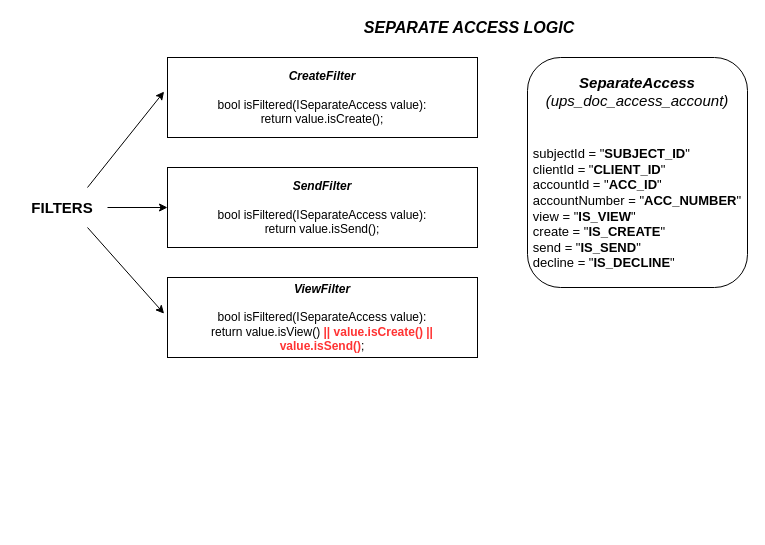
Above: Separate Access.drawio in coungard/diagram (draw.io), before the change. Source tidied: cells renumbered, new cells numbered last; positions are measured from the earlier drawing's top-left corner, leaving out a move shared by most shapes. Both pictures are drawn from the tidied source at 100%, with x=0, y=0 at pixel (17, 17).
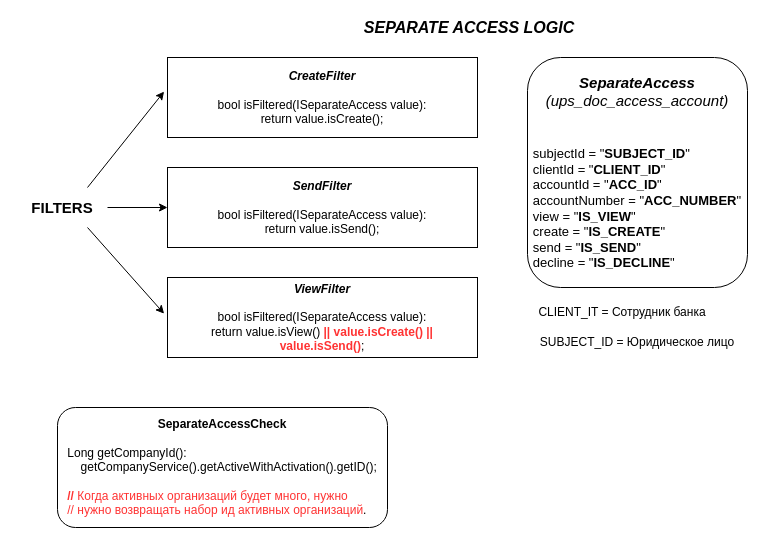
After the change.

The edit, as a diff of the source:
```diff
@@
 <mxGraphModel>
   <root>
     <mxCell id="0" />
     <mxCell id="1" parent="0" />
     <mxCell id="2" value="&lt;div&gt;&lt;i&gt;&lt;b&gt;CreateFilter&lt;/b&gt;&lt;/i&gt;&lt;/div&gt;&lt;div&gt;&lt;br&gt;&lt;/div&gt;&lt;div&gt;bool isFiltered(ISeparateAccess value): &lt;br&gt;&lt;/div&gt;&lt;div&gt;return value.isCreate();&lt;br&gt;&lt;/div&gt;" style="rounded=0;whiteSpace=wrap;html=1;" parent="1" vertex="1">
       <mxGeometry x="150" y="40" width="310" height="80" as="geometry" />
     </mxCell>
     <mxCell id="3" value="&lt;font style=&quot;font-size: 16px&quot;&gt;&lt;i&gt;&lt;b&gt;SEPARATE ACCESS LOGIC&lt;/b&gt;&lt;/i&gt;&lt;/font&gt; " style="text;html=1;strokeColor=none;fillColor=none;align=center;verticalAlign=middle;whiteSpace=wrap;rounded=0;" parent="1" vertex="1">
       <mxGeometry x="324" width="256" height="20" as="geometry" />
     </mxCell>
     <mxCell id="4" value="&lt;font style=&quot;font-size: 15px&quot;&gt;&lt;b&gt;FILTERS&lt;/b&gt;&lt;/font&gt;" style="text;html=1;strokeColor=none;fillColor=none;align=center;verticalAlign=middle;whiteSpace=wrap;rounded=0;" parent="1" vertex="1">
       <mxGeometry y="180" width="90" height="20" as="geometry" />
     </mxCell>
     <mxCell id="5" value="&lt;div&gt;&lt;i&gt;&lt;b&gt;SendFilter&lt;/b&gt;&lt;/i&gt;&lt;/div&gt;&lt;div&gt;&lt;br&gt;&lt;/div&gt;&lt;div&gt;bool isFiltered(ISeparateAccess value): &lt;br&gt;&lt;/div&gt;&lt;div&gt;return value.isSend();&lt;br&gt;&lt;/div&gt;" style="rounded=0;whiteSpace=wrap;html=1;" parent="1" vertex="1">
       <mxGeometry x="150" y="150" width="310" height="80" as="geometry" />
     </mxCell>
     <mxCell id="6" value="&lt;div&gt;&lt;b&gt;&lt;i&gt;ViewFilter&lt;/i&gt;&lt;/b&gt;&lt;/div&gt;&lt;div&gt;&lt;br&gt;&lt;/div&gt;&lt;div&gt;bool isFiltered(ISeparateAccess value): &lt;br&gt;&lt;/div&gt;&lt;div&gt;return value.isView() &lt;font color=&quot;#FF3333&quot;&gt;&lt;b&gt;|| value.isCreate() || value.isSend()&lt;/b&gt;&lt;/font&gt;;&lt;br&gt;&lt;/div&gt;" style="rounded=0;whiteSpace=wrap;html=1;" parent="1" vertex="1">
       <mxGeometry x="150" y="260" width="310" height="80" as="geometry" />
     </mxCell>
     <mxCell id="7" value="&lt;div&gt;&lt;font size=&quot;1&quot;&gt;&lt;i&gt;&lt;b style=&quot;font-size: 15px&quot;&gt;SeparateAccess&lt;/b&gt;&lt;/i&gt;&lt;/font&gt;&lt;/div&gt;&lt;div&gt;&lt;font size=&quot;1&quot;&gt;&lt;i&gt;&lt;span style=&quot;font-size: 15px&quot;&gt;(ups_doc_access_account)&lt;/span&gt;&lt;b style=&quot;font-size: 15px&quot;&gt;&lt;br&gt;&lt;/b&gt;&lt;/i&gt;&lt;/font&gt;&lt;/div&gt;&lt;div&gt;&lt;font size=&quot;1&quot;&gt;&lt;i&gt;&lt;b style=&quot;font-size: 15px&quot;&gt;&lt;br&gt;&lt;/b&gt;&lt;/i&gt;&lt;/font&gt;&lt;/div&gt;&lt;div&gt;&lt;font size=&quot;1&quot;&gt;&lt;i&gt;&lt;b style=&quot;font-size: 15px&quot;&gt;&lt;br&gt;&lt;/b&gt;&lt;/i&gt;&lt;/font&gt;&lt;/div&gt;&lt;div style=&quot;font-size: 13px&quot; align=&quot;left&quot;&gt;&lt;font style=&quot;font-size: 13px&quot;&gt;subjectId = &quot;&lt;b&gt;SUBJECT_ID&lt;/b&gt;&quot;&lt;/font&gt;&lt;/div&gt;&lt;div style=&quot;font-size: 13px&quot; align=&quot;left&quot;&gt;&lt;font style=&quot;font-size: 13px&quot;&gt;clientId = &quot;&lt;b&gt;CLIENT_ID&lt;/b&gt;&quot;&lt;/font&gt;&lt;/div&gt;&lt;div style=&quot;font-size: 13px&quot; align=&quot;left&quot;&gt;&lt;font style=&quot;font-size: 13px&quot;&gt;accountId = &quot;&lt;b&gt;ACC_ID&lt;/b&gt;&quot;&lt;/font&gt;&lt;/div&gt;&lt;div style=&quot;font-size: 13px&quot; align=&quot;left&quot;&gt;&lt;font style=&quot;font-size: 13px&quot;&gt;accountNumber = &quot;&lt;b&gt;ACC_NUMBER&lt;/b&gt;&quot;&lt;/font&gt;&lt;/div&gt;&lt;div style=&quot;font-size: 13px&quot; align=&quot;left&quot;&gt;&lt;font style=&quot;font-size: 13px&quot;&gt;view = &quot;&lt;b&gt;IS_VIEW&lt;/b&gt;&quot;&lt;/font&gt;&lt;/div&gt;&lt;div style=&quot;font-size: 13px&quot; align=&quot;left&quot;&gt;&lt;font style=&quot;font-size: 13px&quot;&gt;create = &quot;&lt;b&gt;IS_CREATE&lt;/b&gt;&quot;&lt;/font&gt;&lt;/div&gt;&lt;div style=&quot;font-size: 13px&quot; align=&quot;left&quot;&gt;&lt;font style=&quot;font-size: 13px&quot;&gt;send = &quot;&lt;b&gt;IS_SEND&lt;/b&gt;&quot;&lt;/font&gt;&lt;/div&gt;&lt;div style=&quot;font-size: 13px&quot; align=&quot;left&quot;&gt;&lt;font style=&quot;font-size: 13px&quot;&gt;decline = &quot;&lt;b&gt;IS_DECLINE&lt;/b&gt;&quot;&lt;/font&gt;&lt;br&gt;&lt;/div&gt;" style="rounded=1;whiteSpace=wrap;html=1;" parent="1" vertex="1">
       <mxGeometry x="510" y="40" width="220" height="230" as="geometry" />
     </mxCell>
     <mxCell id="8" style="endArrow=classic;html=1;entryX=-0.011;entryY=0.426;entryDx=0;entryDy=0;entryPerimeter=0;" parent="1" edge="1" target="2">
       <mxGeometry relative="1" as="geometry">
         <mxPoint x="70" y="170" as="sourcePoint" />
       </mxGeometry>
     </mxCell>
     <mxCell id="9" style="endArrow=classic;html=1;exitX=1;exitY=0.5;exitDx=0;exitDy=0;entryX=0;entryY=0.5;entryDx=0;entryDy=0;" parent="1" edge="1" source="4" target="5">
       <mxGeometry relative="1" as="geometry" />
     </mxCell>
     <mxCell id="10" style="endArrow=classic;html=1;entryX=-0.011;entryY=0.452;entryDx=0;entryDy=0;entryPerimeter=0;" parent="1" edge="1" target="6">
       <mxGeometry relative="1" as="geometry">
         <mxPoint x="70" y="210" as="sourcePoint" />
       </mxGeometry>
     </mxCell>
+    <mxCell id="11" value="CLIENT_IT = Сотрудник банка" style="text;html=1;strokeColor=none;fillColor=none;align=center;verticalAlign=middle;whiteSpace=wrap;rounded=0;" parent="1" vertex="1">
+      <mxGeometry x="500" y="290" width="210" height="10" as="geometry" />
+    </mxCell>
+    <mxCell id="12" value="SUBJECT_ID = Юридическое лицо" style="text;html=1;strokeColor=none;fillColor=none;align=center;verticalAlign=middle;whiteSpace=wrap;rounded=0;" parent="1" vertex="1">
+      <mxGeometry x="515" y="320" width="210" height="10" as="geometry" />
+    </mxCell>
+    <mxCell id="13" value="&lt;div&gt;&lt;b&gt;SeparateAccessCheck&lt;br&gt;&lt;/b&gt;&lt;/div&gt;&lt;div&gt;&lt;br&gt;&lt;/div&gt;&lt;div align=&quot;left&quot;&gt;Long getCompanyId():&lt;/div&gt;&lt;div align=&quot;left&quot;&gt;&amp;nbsp;&amp;nbsp;&amp;nbsp; getCompanyService().getActiveWithActivation().getID();&lt;/div&gt;&lt;div align=&quot;left&quot;&gt;&lt;b&gt;&lt;br&gt;&lt;/b&gt;&lt;/div&gt;&lt;div align=&quot;left&quot;&gt;&lt;font color=&quot;#FF3333&quot;&gt;&lt;b&gt;// &lt;/b&gt;Когда активных организаций будет много, нужно &lt;br&gt;&lt;/font&gt;&lt;/div&gt;&lt;div align=&quot;left&quot;&gt;&lt;font color=&quot;#FF3333&quot;&gt;// нужно возвращать набор ид активных организаций&lt;/font&gt;.&lt;br&gt;&lt;/div&gt;" style="rounded=1;whiteSpace=wrap;html=1;" parent="1" vertex="1">
+      <mxGeometry x="40" y="390" width="330" height="120" as="geometry" />
+    </mxCell>
   </root>
 </mxGraphModel>
```
